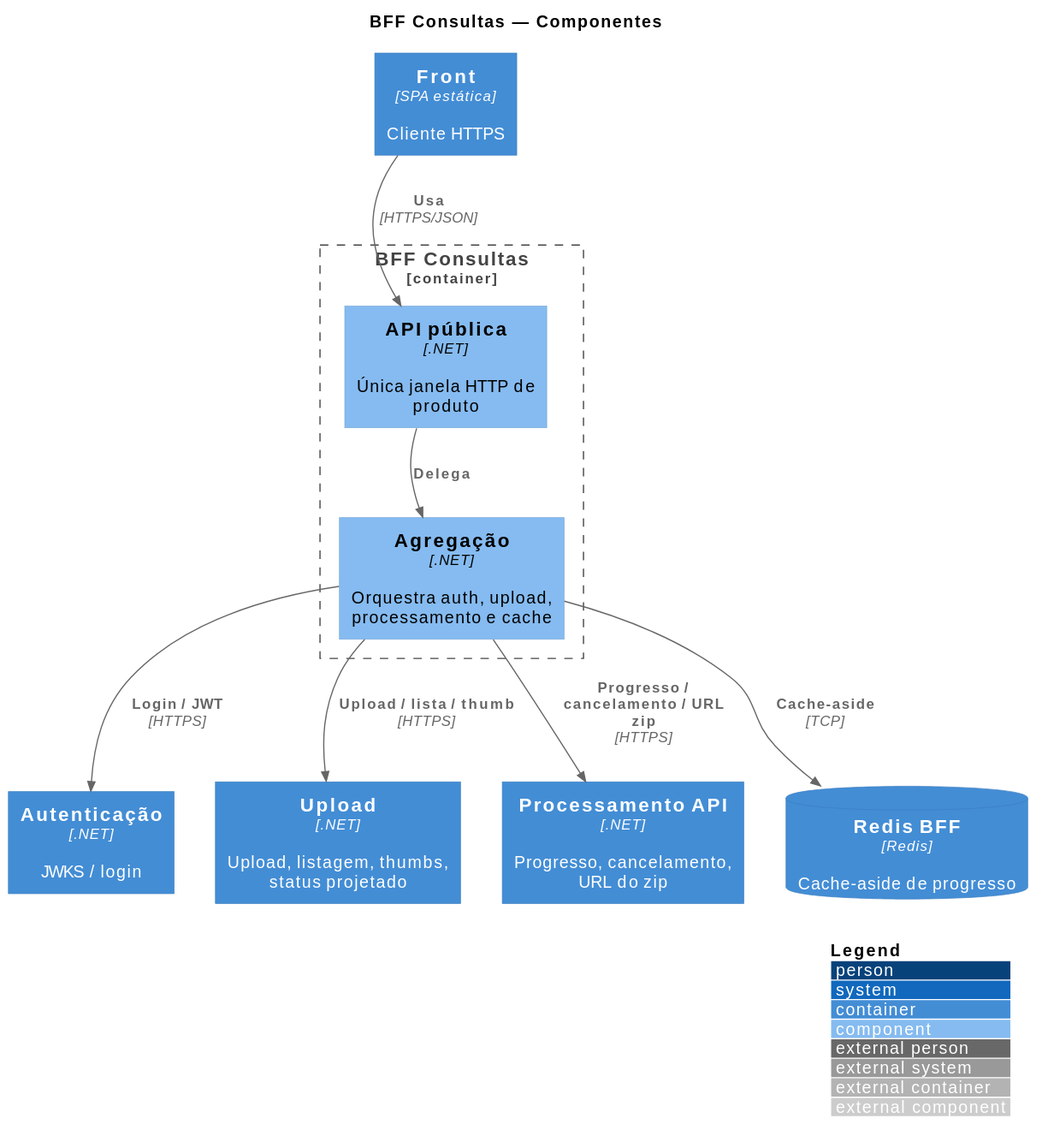
fiap-x-vcosta/docs keeps this PlantUML diagram as arquitetura/09_componentes-bff.svg. Above is the earlier version.
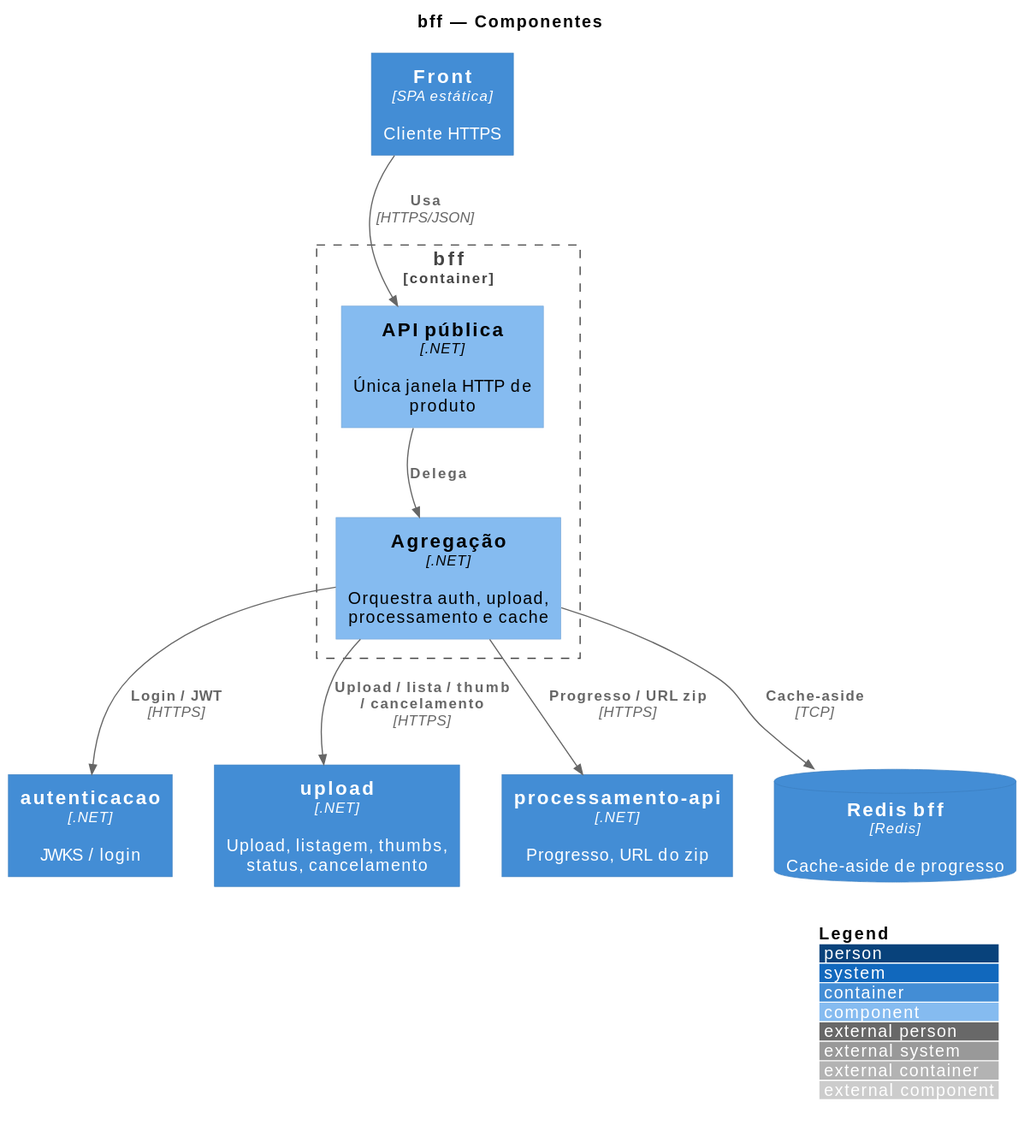
Above is the later version.

The edit, as a diff of the source:
```diff
@@ -4,15 +4,15 @@
 LAYOUT_WITH_LEGEND()
 LAYOUT_TOP_DOWN()
 
-title BFF Consultas — Componentes
+title bff — Componentes
 
 Container(web, "Front", "SPA estática", "Cliente HTTPS")
-Container(auth, "Autenticação", ".NET", "JWKS / login")
-Container(upload, "Upload", ".NET", "Upload, listagem, thumbs, status projetado")
-Container(procApi, "Processamento API", ".NET", "Progresso, cancelamento, URL do zip")
-ContainerDb(redis, "Redis BFF", "Redis", "Cache-aside de progresso")
+Container(auth, "autenticacao", ".NET", "JWKS / login")
+Container(upload, "upload", ".NET", "Upload, listagem, thumbs, status, cancelamento")
+Container(procApi, "processamento-api", ".NET", "Progresso, URL do zip")
+ContainerDb(redis, "Redis bff", "Redis", "Cache-aside de progresso")
 
-Container_Boundary(bff, "BFF Consultas") {
+Container_Boundary(bff, "bff") {
   Component(gateway, "API pública", ".NET", "Única janela HTTP de produto")
   Component(agg, "Agregação", ".NET", "Orquestra auth, upload, processamento e cache")
 }
@@ -20,8 +20,8 @@
 Rel(web, gateway, "Usa", "HTTPS/JSON")
 Rel(gateway, agg, "Delega")
 Rel(agg, auth, "Login / JWT", "HTTPS")
-Rel(agg, upload, "Upload / lista / thumb", "HTTPS")
-Rel(agg, procApi, "Progresso / cancelamento / URL zip", "HTTPS")
+Rel(agg, upload, "Upload / lista / thumb / cancelamento", "HTTPS")
+Rel(agg, procApi, "Progresso / URL zip", "HTTPS")
 Rel(agg, redis, "Cache-aside", "TCP")
 
 Lay_D(web, gateway)
```
